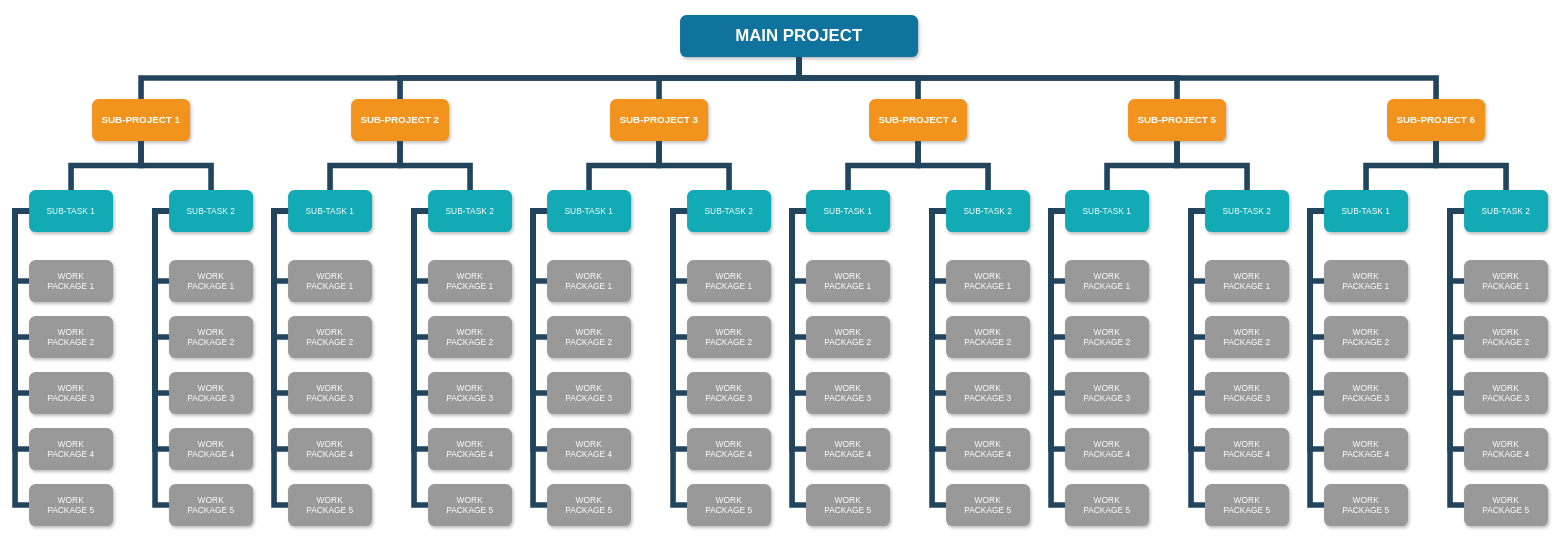
Earlier version of the draw.io diagram ass1/Untitled Diagram.drawio (bekon-official/GSOE9820). Source tidied: cells renumbered, new cells numbered last; positions are measured from the earlier drawing's top-left corner, leaving out a move shared by most shapes. Both pictures are drawn from the tidied source at 70%, with x=0, y=0 at pixel (15, 15).
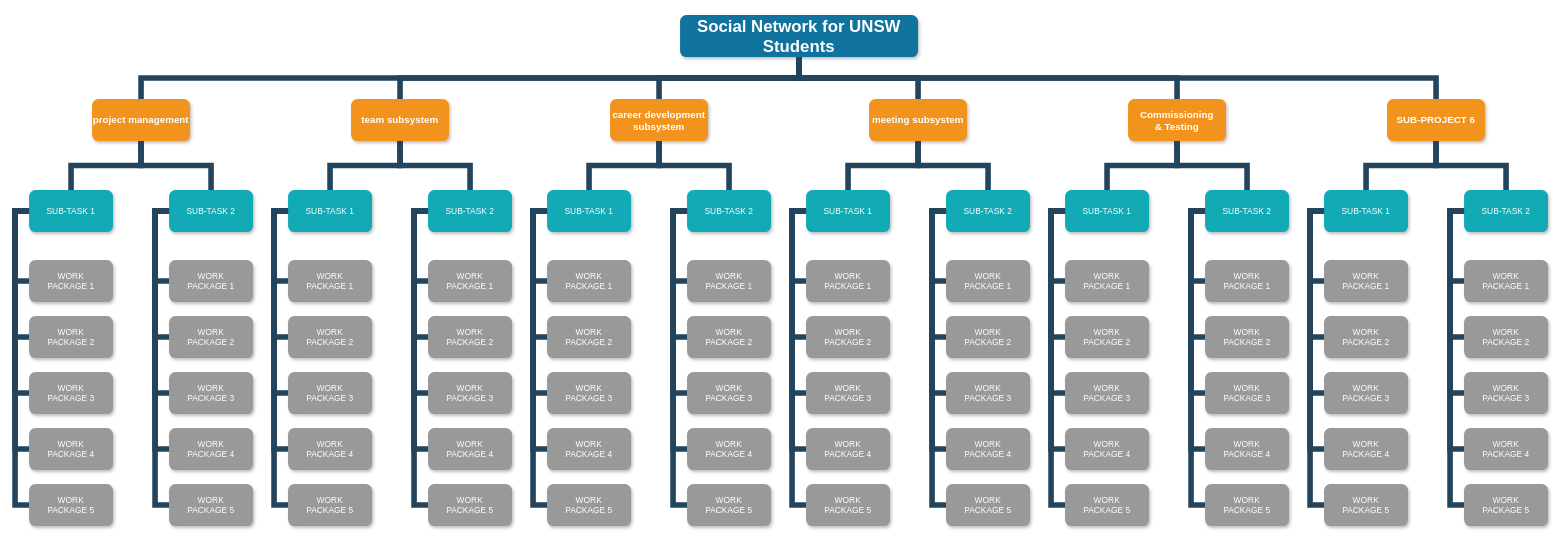
After the change.

Change to the diagram source:
```diff
@@
-    <mxCell id="2" value="MAIN PROJECT" style="whiteSpace=wrap;rounded=1;shadow=1;fillColor=#10739E;strokeColor=none;fontColor=#FFFFFF;fontStyle=1;fontSize=24;" parent="1" vertex="1">
+    <mxCell id="2" value="Social Network for UNSW Students" style="whiteSpace=wrap;rounded=1;shadow=1;fillColor=#10739E;strokeColor=none;fontColor=#FFFFFF;fontStyle=1;fontSize=24;" parent="1" vertex="1">
       <mxGeometry x="950" width="340" height="60" as="geometry" />
     </mxCell>
-    <mxCell id="3" value="SUB-PROJECT 1" style="whiteSpace=wrap;rounded=1;fillColor=#F2931E;strokeColor=none;shadow=1;fontColor=#FFFFFF;fontStyle=1;fontSize=14;" parent="1" vertex="1">
+    <mxCell id="3" value="project management" style="whiteSpace=wrap;rounded=1;fillColor=#F2931E;strokeColor=none;shadow=1;fontColor=#FFFFFF;fontStyle=1;fontSize=14;" parent="1" vertex="1">
       <mxGeometry x="110" y="120" width="140" height="60" as="geometry" />
     </mxCell>
-    <mxCell id="4" value="SUB-PROJECT 2" style="whiteSpace=wrap;rounded=1;fillColor=#F2931E;strokeColor=none;shadow=1;fontColor=#FFFFFF;fontStyle=1;fontSize=14;" parent="1" vertex="1">
+    <mxCell id="4" value="team subsystem" style="whiteSpace=wrap;rounded=1;fillColor=#F2931E;strokeColor=none;shadow=1;fontColor=#FFFFFF;fontStyle=1;fontSize=14;" parent="1" vertex="1">
       <mxGeometry x="480" y="120" width="140" height="60" as="geometry" />
     </mxCell>
@@
-    <mxCell id="6" value="SUB-PROJECT 3" style="whiteSpace=wrap;rounded=1;fillColor=#F2931E;strokeColor=none;shadow=1;fontColor=#FFFFFF;fontStyle=1;fontSize=14;" parent="1" vertex="1">
+    <mxCell id="6" value="career development subsystem" style="whiteSpace=wrap;rounded=1;fillColor=#F2931E;strokeColor=none;shadow=1;fontColor=#FFFFFF;fontStyle=1;fontSize=14;" parent="1" vertex="1">
       <mxGeometry x="850" y="120" width="140" height="60" as="geometry" />
     </mxCell>
-    <mxCell id="7" value="SUB-PROJECT 4" style="whiteSpace=wrap;rounded=1;fillColor=#F2931E;strokeColor=none;shadow=1;fontColor=#FFFFFF;fontStyle=1;fontSize=14;" parent="1" vertex="1">
+    <mxCell id="7" value="meeting subsystem" style="whiteSpace=wrap;rounded=1;fillColor=#F2931E;strokeColor=none;shadow=1;fontColor=#FFFFFF;fontStyle=1;fontSize=14;" parent="1" vertex="1">
       <mxGeometry x="1220" y="120" width="140" height="60" as="geometry" />
     </mxCell>
-    <mxCell id="8" value="SUB-PROJECT 5" style="whiteSpace=wrap;rounded=1;fillColor=#F2931E;strokeColor=none;shadow=1;fontColor=#FFFFFF;fontStyle=1;fontSize=14;" parent="1" vertex="1">
+    <mxCell id="8" value="Commissioning&#10;&amp; Testing" style="whiteSpace=wrap;rounded=1;fillColor=#F2931E;strokeColor=none;shadow=1;fontColor=#FFFFFF;fontStyle=1;fontSize=14;" parent="1" vertex="1">
       <mxGeometry x="1590" y="120" width="140" height="60" as="geometry" />
     </mxCell>
```
